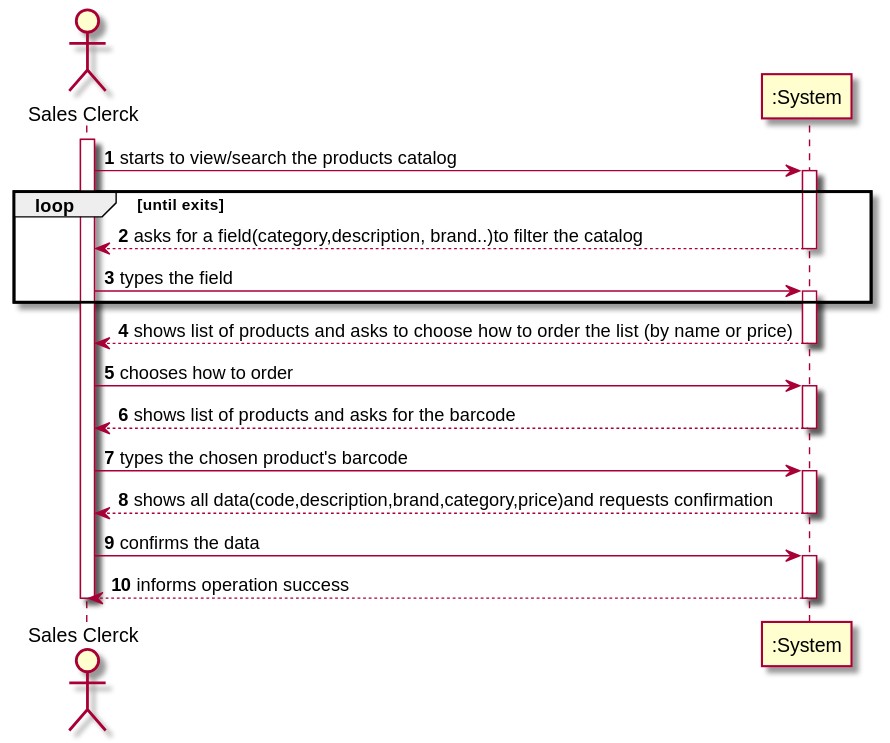
marttuga/LAPR4-SmartSystems keeps this PlantUML diagram as docs/Sprint2/US1002/US1002_SSD.svg. Above is the earlier version. Source of this version:
```plantuml
@startuml
autonumber
actor "Sales Clerck" as SC

activate SC
SC -> ":System" : starts to view/search the products catalog
activate ":System"
loop until exits
":System" --> SC : asks for a field(category,description, brand..)to filter the catalog
deactivate ":System"

SC -> ":System" : types the field
activate ":System"

end loop
":System" --> SC : shows list of products and asks to choose how to order the list (by name or price)
deactivate ":System"

SC -> ":System" : chooses how to order
activate ":System"

":System" --> SC : shows list of products and asks for the barcode
deactivate ":System"

SC -> ":System" : types the chosen product's barcode
activate ":System"


":System" --> SC :shows all data(code,description,brand,category,price)and requests confirmation
deactivate ":System"
SC -> ":System" : confirms the data

activate ":System"
":System" --> SC : informs operation success
deactivate ":System"

deactivate ":System"
deactivate SC

@enduml
```
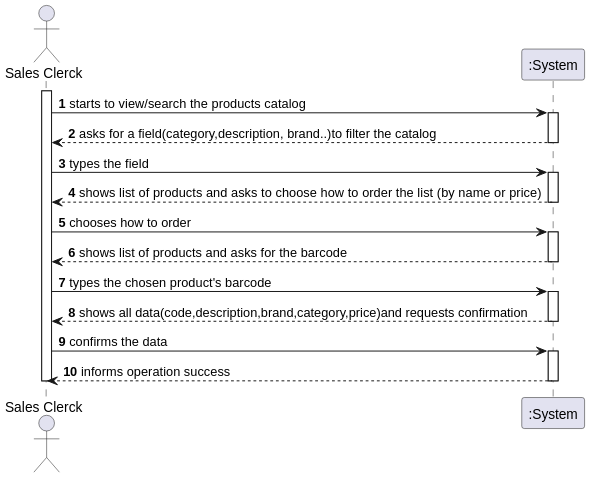
Above is the later version.

The edit, as a diff of the source:
```diff
@@ -5,14 +5,13 @@
 activate SC
 SC -> ":System" : starts to view/search the products catalog
 activate ":System"
-loop until exits
+
 ":System" --> SC : asks for a field(category,description, brand..)to filter the catalog
 deactivate ":System"
 
 SC -> ":System" : types the field
 activate ":System"
 
-end loop
 ":System" --> SC : shows list of products and asks to choose how to order the list (by name or price)
 deactivate ":System"
 
```
